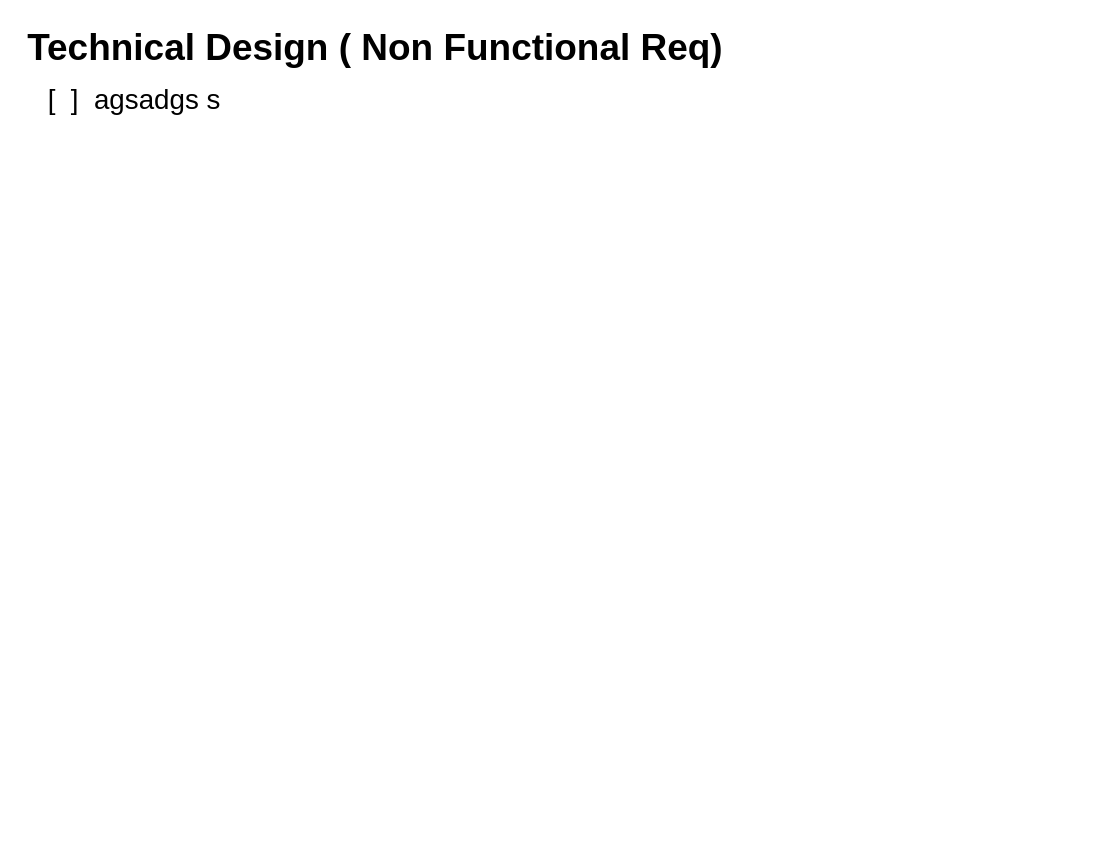
NaraGitHub/DrawIO keeps this draw.io diagram as page "Page-1" (1 of 2) of First Diagram.drawio. Above is the earlier version. Source tidied: cells renumbered, new cells numbered last; positions are measured from the earlier drawing's top-left corner, leaving out a move shared by most shapes. Both pictures are drawn from the tidied source at 77%, with x=0, y=0 at pixel (13, 21).
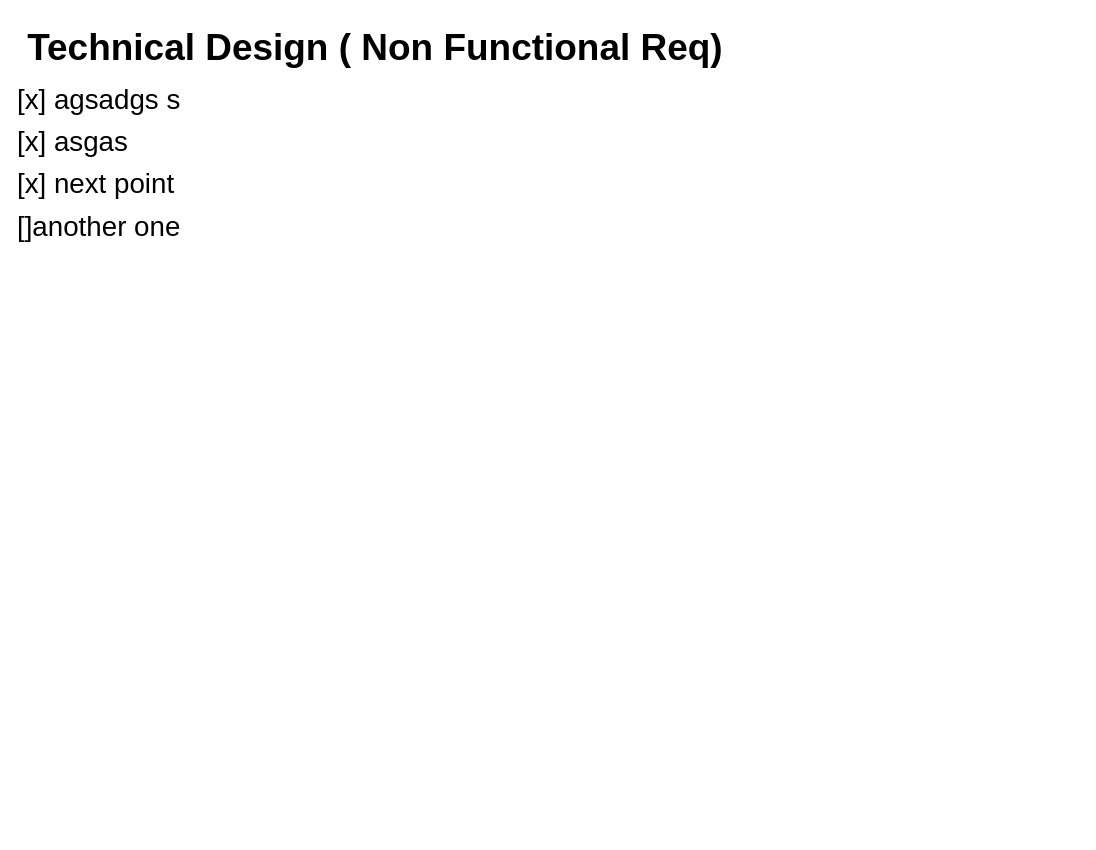
After the change.

Change to the diagram source:
```diff
@@
 <mxGraphModel>
   <root>
     <mxCell id="0" />
     <mxCell id="1" parent="0" />
-    <mxCell id="2" value="&lt;h1&gt;&lt;span style=&quot;font-size: 48px&quot;&gt;&amp;nbsp;Technical Design ( Non Functional Req)&lt;/span&gt;&lt;/h1&gt;&lt;p&gt;&lt;font style=&quot;font-size: 36px&quot;&gt;&amp;nbsp; &amp;nbsp; [&amp;nbsp; ]&amp;nbsp; agsadgs s&lt;/font&gt;&lt;/p&gt;" style="text;html=1;strokeColor=none;fillColor=none;spacing=5;spacingTop=-20;whiteSpace=wrap;overflow=hidden;rounded=0;" parent="1" vertex="1">
+    <mxCell id="2" value="&lt;h1&gt;&lt;span style=&quot;font-size: 48px&quot;&gt;&amp;nbsp;Technical Design ( Non Functional Req)&lt;/span&gt;&lt;/h1&gt;&lt;p&gt;&lt;font style=&quot;font-size: 36px&quot;&gt;[x] agsadgs s&lt;/font&gt;&lt;/p&gt;&lt;p&gt;&lt;font style=&quot;font-size: 36px&quot;&gt;[x] asgas&lt;/font&gt;&lt;/p&gt;&lt;p&gt;&lt;font style=&quot;font-size: 36px&quot;&gt;[x] next point&lt;/font&gt;&lt;/p&gt;&lt;p&gt;&lt;font style=&quot;font-size: 36px&quot;&gt;[]another one&lt;/font&gt;&lt;/p&gt;" style="text;html=1;strokeColor=none;fillColor=none;spacing=5;spacingTop=-20;whiteSpace=wrap;overflow=hidden;rounded=0;" parent="1" vertex="1">
       <mxGeometry width="1390" height="1060" as="geometry" />
     </mxCell>
   </root>
 </mxGraphModel>
```
